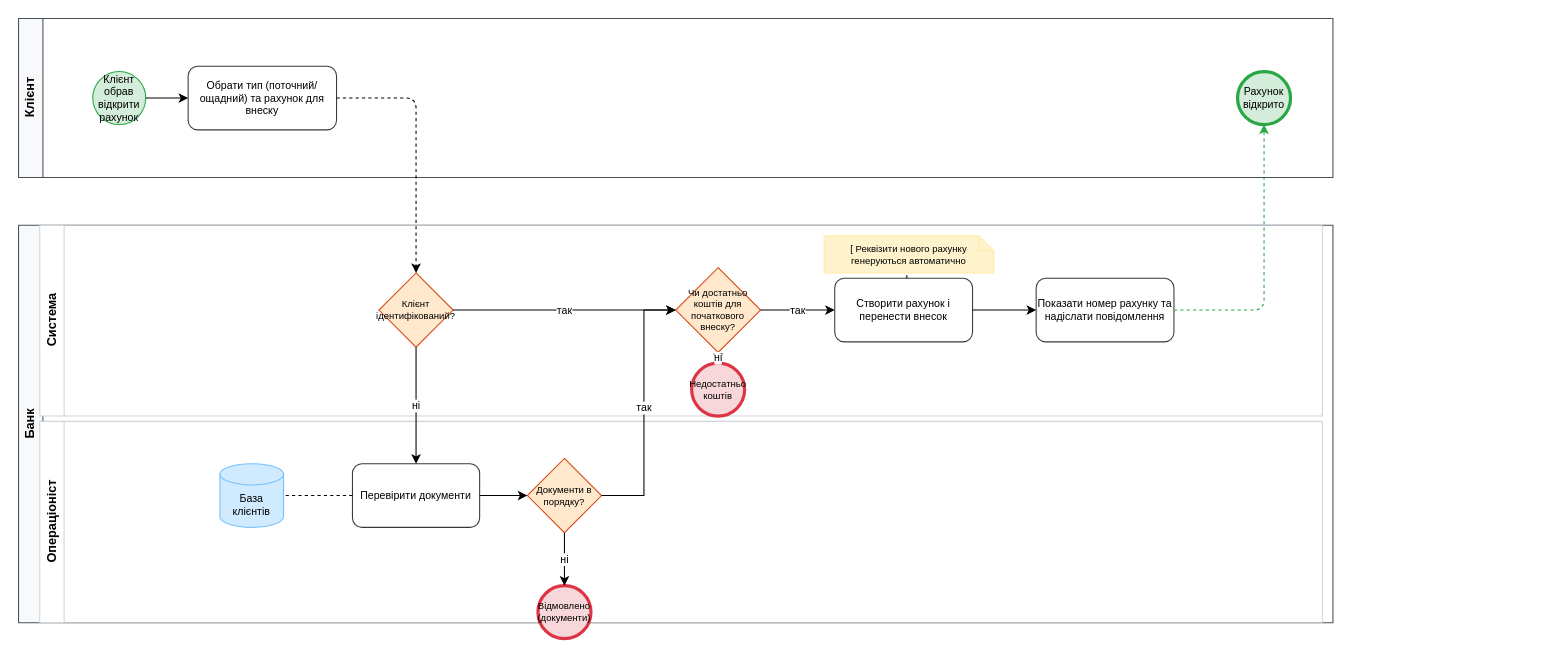
Before: docs/sprint1/bpmn/02_account_opening.drawio in LuciferKPI/BMIBM-banking, a draw.io diagram. Source tidied: cells renumbered, new cells numbered last; positions are measured from the earlier drawing's top-left corner, leaving out a move shared by most shapes. Both pictures are drawn from the tidied source at 106%, with x=0, y=0 at pixel (18, 18).
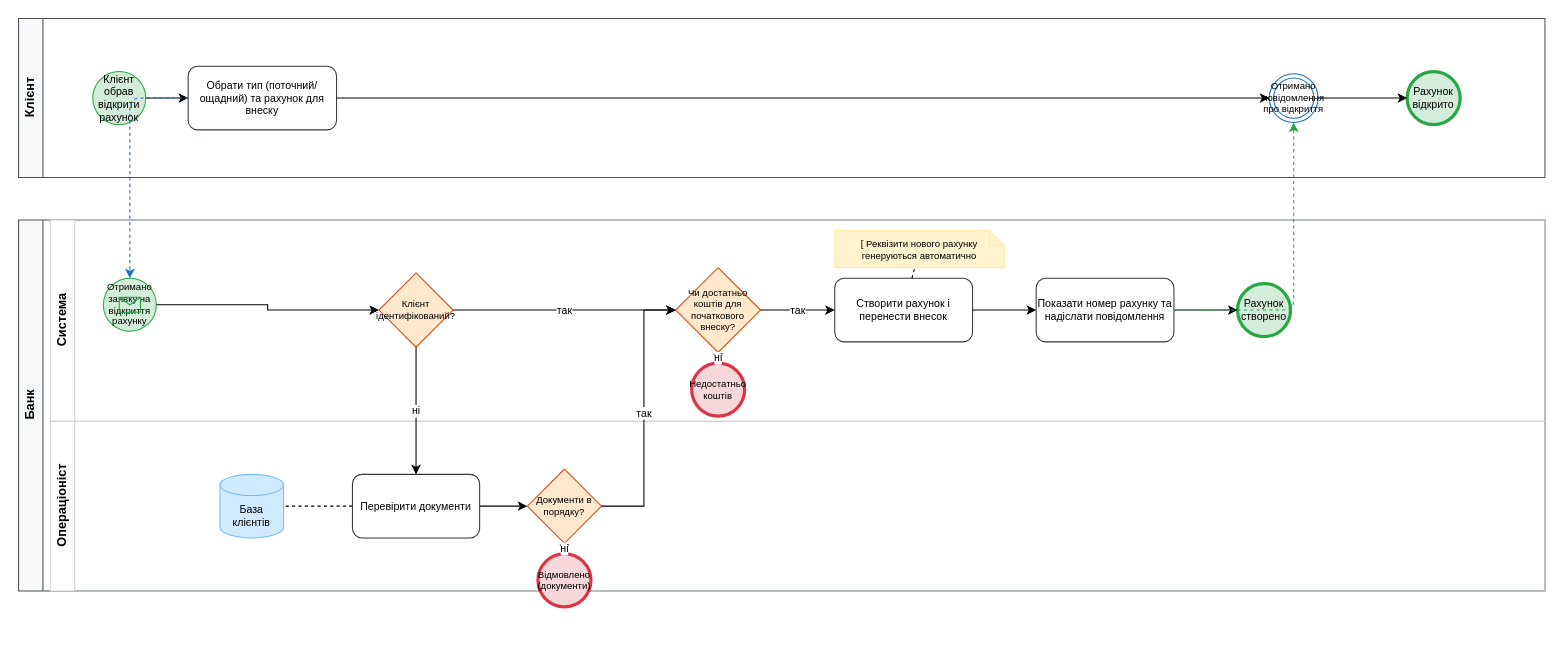
The same page after the edit.

Commit message (it also covers changes not shown here):
[BPMN-FIX] Resolve pool lifecycle defects and connect client sequence flows

Unchanged cells that the change refers to:
```xml
<mxCell id="9" value="Обрати тип (поточний/ощадний) та рахунок для внеску" style="rounded=1;whiteSpace=wrap;html=1;arcSize=15;fillColor=#ffffff;strokeColor=#343a40;fontSize=10;" parent="1" vertex="1">
  <mxGeometry x="160" y="45" width="140" height="60" as="geometry" />
</mxCell>
<mxCell id="11" value="Клієнт ідентифікований?" style="rhombus;whiteSpace=wrap;html=1;fillColor=#ffe8cc;strokeColor=#d9480f;fontSize=9;" parent="1" vertex="1">
  <mxGeometry x="340" y="240" width="70" height="70" as="geometry" />
</mxCell>
<mxCell id="12" value="Чи достатньо коштів для початкового внеску?" style="rhombus;whiteSpace=wrap;html=1;fillColor=#ffe8cc;strokeColor=#d9480f;fontSize=9;" parent="1" vertex="1">
  <mxGeometry x="620" y="235" width="80" height="80" as="geometry" />
</mxCell>
<mxCell id="15" value="Показати номер рахунку та надіслати повідомлення" style="rounded=1;whiteSpace=wrap;html=1;arcSize=15;fillColor=#ffffff;strokeColor=#343a40;fontSize=10;" parent="1" vertex="1">
  <mxGeometry x="960" y="245" width="130" height="60" as="geometry" />
</mxCell>
```

What changed in the source:
```diff
@@
     <mxCell id="2" value="Клієнт" style="swimlane;horizontal=0;whiteSpace=wrap;html=1;fillColor=#f8f9fa;strokeColor=#495057;fontStyle=1;" parent="1" vertex="1">
-      <mxGeometry width="1240" height="150" as="geometry" />
+      <mxGeometry width="1440" height="150" as="geometry" />
     </mxCell>
     <mxCell id="3" value="Банк" style="swimlane;horizontal=0;whiteSpace=wrap;html=1;fillColor=#f8f9fa;strokeColor=#495057;fontStyle=1;" parent="1" vertex="1">
-      <mxGeometry y="195" width="1240" height="375" as="geometry" />
+      <mxGeometry y="190" width="1440" height="350" as="geometry" />
     </mxCell>
+    <mxCell id="6" value="Система" style="swimlane;horizontal=0;whiteSpace=wrap;html=1;fillColor=#ffffff;strokeColor=#ced4da;" parent="1" vertex="1">
+      <mxGeometry x="30" y="190" width="1410" height="190" as="geometry" />
+    </mxCell>
-    <mxCell id="4" value="Операціоніст" style="swimlane;horizontal=0;whiteSpace=wrap;html=1;fillColor=#ffffff;strokeColor=#ced4da;" parent="3" vertex="1">
-      <mxGeometry x="20" y="185" width="1210" height="190" as="geometry" />
+    <mxCell id="4" value="Операціоніст" style="swimlane;horizontal=0;whiteSpace=wrap;html=1;fillColor=#ffffff;strokeColor=#ced4da;" parent="1" vertex="1">
+      <mxGeometry x="30" y="380" width="1410" height="160" as="geometry" />
     </mxCell>
-    <mxCell id="5" value="Відмовлено (документи)" style="ellipse;whiteSpace=wrap;html=1;strokeWidth=3;fillColor=#f8d7da;strokeColor=#dc3545;fontSize=9;" parent="4" vertex="1">
-      <mxGeometry x="470" y="155" width="50" height="50" as="geometry" />
-    </mxCell>
-    <mxCell id="6" value="Система" style="swimlane;horizontal=0;whiteSpace=wrap;html=1;fillColor=#ffffff;strokeColor=#ced4da;" parent="3" vertex="1">
-      <mxGeometry x="20" width="1210" height="180" as="geometry" />
-    </mxCell>
-    <mxCell id="7" value="[ Реквізити нового рахунку генеруються автоматично" style="shape=note;whiteSpace=wrap;html=1;size=14;fillColor=#fff3cd;strokeColor=#ffeba7;fontSize=9;" parent="6" vertex="1">
-      <mxGeometry x="740" y="10" width="160" height="35" as="geometry" />
-    </mxCell>
@@
+    <mxCell id="32" value="Отримано повідомлення про відкриття" style="ellipse;shape=doubleEllipse;whiteSpace=wrap;html=1;fillColor=#ffffff;strokeColor=#1971c2;fontSize=9;" parent="1" vertex="1">
+      <mxGeometry x="1180" y="52" width="46" height="46" as="geometry" />
+    </mxCell>
     <mxCell id="10" value="Рахунок відкрито" style="ellipse;whiteSpace=wrap;html=1;strokeWidth=3;fillColor=#d4edda;strokeColor=#28a745;fontSize=10;" parent="1" vertex="1">
-      <mxGeometry x="1150" y="50" width="50" height="50" as="geometry" />
+      <mxGeometry x="1310" y="50" width="50" height="50" as="geometry" />
     </mxCell>
+    <mxCell id="33" value="Отримано заявку на відкриття рахунку" style="ellipse;whiteSpace=wrap;html=1;strokeWidth=1;fillColor=#d4edda;strokeColor=#28a745;fontSize=9;" parent="1" vertex="1">
+      <mxGeometry x="80" y="245" width="50" height="50" as="geometry" />
+    </mxCell>
+    <mxCell id="34" style="shape=message;whiteSpace=wrap;html=1;fillColor=none;strokeColor=#28a745;" parent="1" vertex="1">
+      <mxGeometry x="95" y="263" width="20" height="14" as="geometry" />
+    </mxCell>
@@
+    <mxCell id="7" value="[ Реквізити нового рахунку генеруються автоматично" style="shape=note;whiteSpace=wrap;html=1;size=14;fillColor=#fff3cd;strokeColor=#ffeba7;fontSize=9;" parent="1" vertex="1">
+      <mxGeometry x="770" y="200" width="160" height="35" as="geometry" />
+    </mxCell>
@@
+    <mxCell id="35" value="Рахунок створено" style="ellipse;whiteSpace=wrap;html=1;strokeWidth=3;fillColor=#d4edda;strokeColor=#28a745;fontSize=10;" parent="1" vertex="1">
+      <mxGeometry x="1150" y="250" width="50" height="50" as="geometry" />
+    </mxCell>
     <mxCell id="16" value="Перевірити документи" style="rounded=1;whiteSpace=wrap;html=1;arcSize=15;fillColor=#ffffff;strokeColor=#343a40;fontSize=10;" parent="1" vertex="1">
-      <mxGeometry x="315" y="420" width="120" height="60" as="geometry" />
+      <mxGeometry x="315" y="430" width="120" height="60" as="geometry" />
     </mxCell>
     <mxCell id="17" value="База клієнтів" style="shape=cylinder3;whiteSpace=wrap;html=1;boundedLbl=1;backgroundOutline=1;size=10;fillColor=#d0ebff;strokeColor=#74c0fc;fontSize=10;" parent="1" vertex="1">
-      <mxGeometry x="190" y="420" width="60" height="60" as="geometry" />
+      <mxGeometry x="190" y="430" width="60" height="60" as="geometry" />
     </mxCell>
     <mxCell id="18" value="Документи в порядку?" style="rhombus;whiteSpace=wrap;html=1;fillColor=#ffe8cc;strokeColor=#d9480f;fontSize=9;" parent="1" vertex="1">
-      <mxGeometry x="480" y="415" width="70" height="70" as="geometry" />
+      <mxGeometry x="480" y="425" width="70" height="70" as="geometry" />
     </mxCell>
+    <mxCell id="5" value="Відмовлено (документи)" style="ellipse;whiteSpace=wrap;html=1;strokeWidth=3;fillColor=#f8d7da;strokeColor=#dc3545;fontSize=9;" parent="1" vertex="1">
+      <mxGeometry x="490" y="505" width="50" height="50" as="geometry" />
+    </mxCell>
@@
+    <mxCell id="36" style="edgeStyle=orthogonalEdgeStyle;rounded=0;html=1;" parent="1" edge="1" source="9" target="32">
+      <mxGeometry relative="1" as="geometry" />
+    </mxCell>
+    <mxCell id="37" style="edgeStyle=orthogonalEdgeStyle;rounded=0;html=1;" parent="1" edge="1" source="32" target="10">
+      <mxGeometry relative="1" as="geometry" />
+    </mxCell>
-    <mxCell id="20" style="edgeStyle=orthogonalEdgeStyle;dashed=1;html=1;" parent="1" edge="1" source="9" target="11">
+    <mxCell id="20" style="edgeStyle=orthogonalEdgeStyle;dashed=1;html=1;strokeColor=#1971c2;" parent="1" edge="1" source="9" target="33">
       <mxGeometry relative="1" as="geometry" />
     </mxCell>
+    <mxCell id="38" style="edgeStyle=orthogonalEdgeStyle;rounded=0;html=1;" parent="1" edge="1" source="33" target="11">
+      <mxGeometry relative="1" as="geometry" />
+    </mxCell>
@@
     <mxCell id="26" value="так" style="edgeStyle=orthogonalEdgeStyle;rounded=0;html=1;fontSize=10;" parent="1" edge="1" source="18" target="12">
       <mxGeometry relative="1" as="geometry">
         <Array as="points">
-          <mxPoint x="590" y="450" />
+          <mxPoint x="590" y="460" />
           <mxPoint x="590" y="275" />
         </Array>
       </mxGeometry>
     </mxCell>
@@
+    <mxCell id="39" style="edgeStyle=orthogonalEdgeStyle;rounded=0;html=1;" parent="1" edge="1" source="15" target="35">
+      <mxGeometry relative="1" as="geometry" />
+    </mxCell>
-    <mxCell id="31" style="edgeStyle=orthogonalEdgeStyle;dashed=1;html=1;strokeColor=#28a745;" parent="1" edge="1" source="15" target="10">
+    <mxCell id="31" style="edgeStyle=orthogonalEdgeStyle;dashed=1;html=1;strokeColor=#28a745;" parent="1" edge="1" source="15" target="32">
       <mxGeometry relative="1" as="geometry" />
     </mxCell>
```
